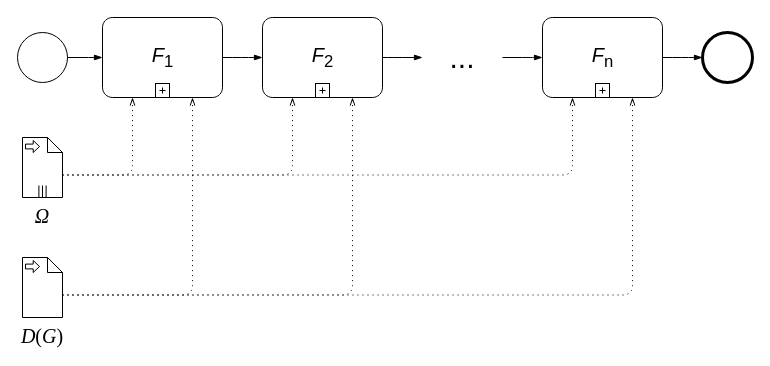
This is page "seq" (3 of 4) of doc/Paper_BPMN_flow.drawio from miguel76/know-flow, a draw.io file, before an edit. Source tidied: cells renumbered, new cells numbered last; positions are measured from the earlier drawing's top-left corner, leaving out a move shared by most shapes. Both pictures are drawn from the tidied source at 100%, with x=0, y=0 at pixel (17, -23).
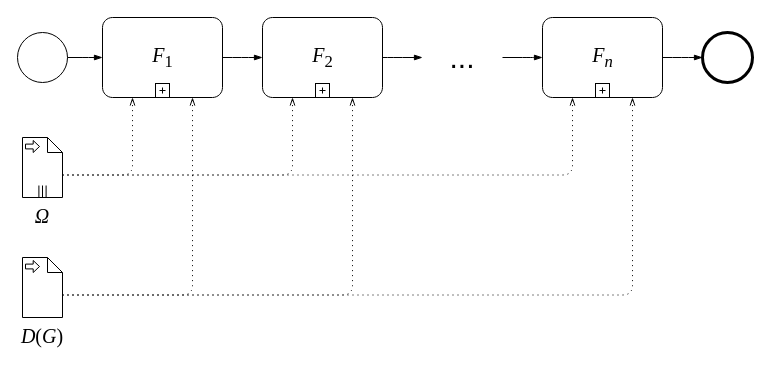
Above is the later version.

Change to the diagram source:
```diff
@@
-    <mxCell id="21" value="&lt;i&gt;F&lt;/i&gt;&lt;sub&gt;1&lt;/sub&gt;" style="text;html=1;align=center;verticalAlign=middle;strokeColor=none;fillColor=none;fontSize=20;fontFamily=Helvetica;" parent="1" vertex="1">
-      <mxGeometry x="125" y="65" width="40" height="30" as="geometry" />
+    <mxCell id="21" value="&lt;font face=&quot;Times New Roman&quot;&gt;&lt;i&gt;F&lt;/i&gt;&lt;sub&gt;1&lt;/sub&gt;&lt;/font&gt;" style="text;html=1;align=center;verticalAlign=middle;strokeColor=none;fillColor=none;fontSize=20;fontFamily=Helvetica;" parent="1" vertex="1">
+      <mxGeometry x="125" y="60" width="40" height="40" as="geometry" />
     </mxCell>
-    <mxCell id="22" value="&lt;i&gt;F&lt;/i&gt;&lt;sub&gt;2&lt;/sub&gt;" style="text;html=1;align=center;verticalAlign=middle;strokeColor=none;fillColor=none;fontSize=20;fontFamily=Helvetica;" parent="1" vertex="1">
-      <mxGeometry x="285" y="65" width="40" height="30" as="geometry" />
+    <mxCell id="22" value="&lt;font face=&quot;Times New Roman&quot;&gt;&lt;i&gt;F&lt;/i&gt;&lt;sub&gt;2&lt;/sub&gt;&lt;/font&gt;" style="text;html=1;align=center;verticalAlign=middle;strokeColor=none;fillColor=none;fontSize=20;fontFamily=Helvetica;" parent="1" vertex="1">
+      <mxGeometry x="285" y="60" width="40" height="40" as="geometry" />
     </mxCell>
-    <mxCell id="23" value="&lt;i&gt;F&lt;/i&gt;&lt;sub&gt;n&lt;/sub&gt;" style="text;html=1;align=center;verticalAlign=middle;strokeColor=none;fillColor=none;fontSize=20;fontFamily=Helvetica;" parent="1" vertex="1">
-      <mxGeometry x="565" y="65" width="40" height="30" as="geometry" />
+    <mxCell id="23" value="&lt;font face=&quot;Times New Roman&quot;&gt;&lt;i&gt;F&lt;/i&gt;&lt;sub&gt;&lt;i&gt;n&lt;/i&gt;&lt;/sub&gt;&lt;/font&gt;" style="text;html=1;align=center;verticalAlign=middle;strokeColor=none;fillColor=none;fontSize=20;fontFamily=Helvetica;" parent="1" vertex="1">
+      <mxGeometry x="565" y="60" width="40" height="40" as="geometry" />
     </mxCell>
```
